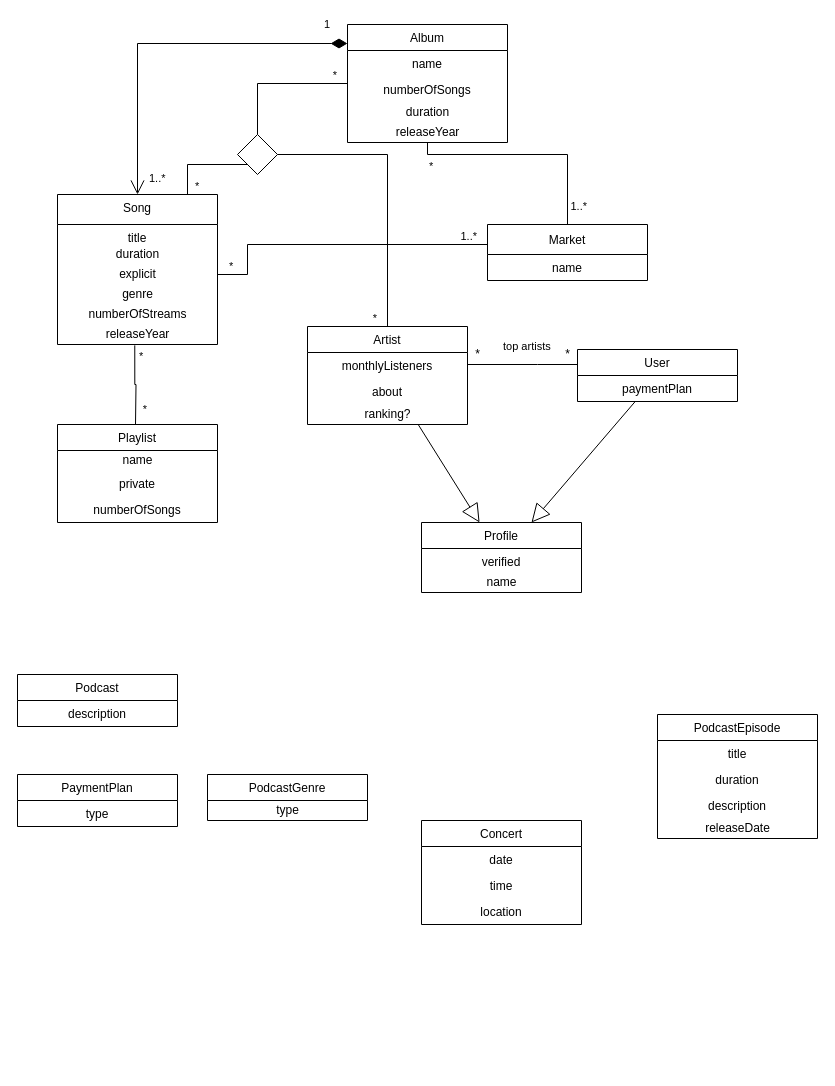
Earlier version of the draw.io diagram Spotify-class-diag.drawio (Naapperas/feup-bd). Source tidied: cells renumbered, new cells numbered last; positions are measured from the earlier drawing's top-left corner, leaving out a move shared by most shapes. Both pictures are drawn from the tidied source at 100%, with x=0, y=0 at pixel (17, 24).
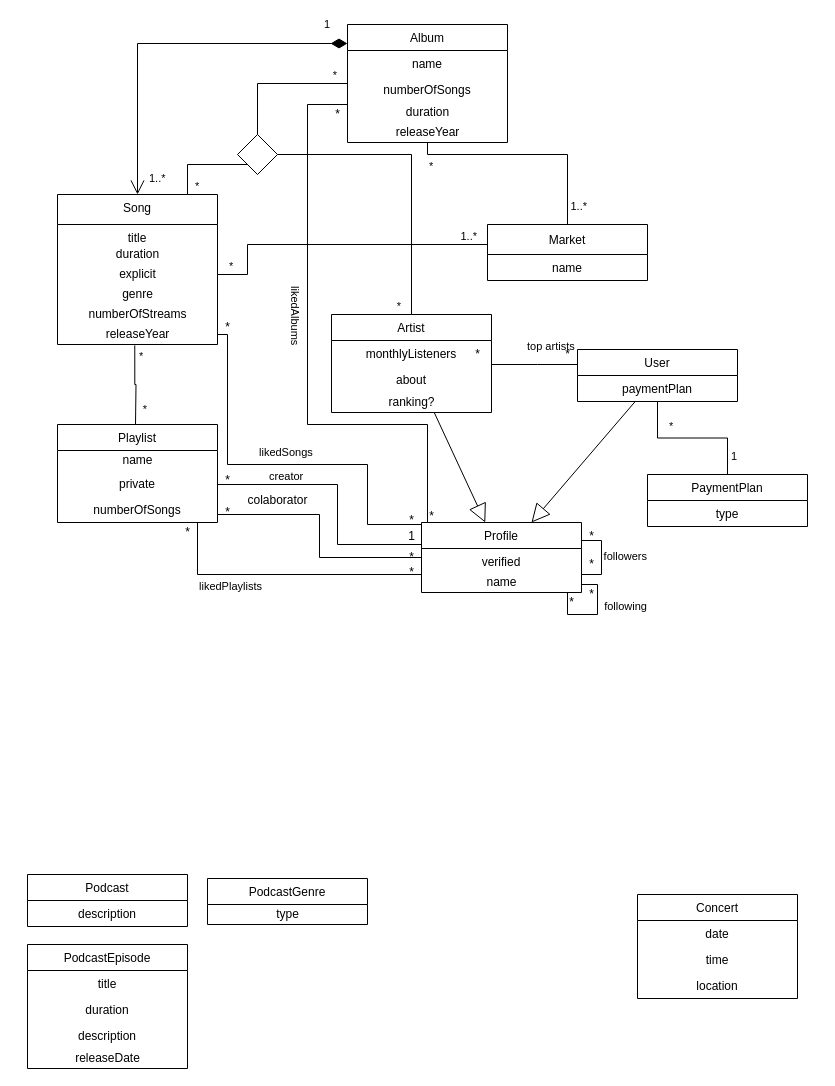
The same diagram, later.

Commit message:
Added basic associations

The change refers to these unchanged cells:
```xml
<mxCell id="2" value="Song" style="swimlane;fontStyle=0;align=center;verticalAlign=top;horizontal=1;startSize=30;rounded=0;shadow=0;strokeWidth=1;" parent="1" vertex="1">
  <mxGeometry x="40" y="170" width="160" height="150" as="geometry" />
</mxCell>
<mxCell id="11" value="Album" style="swimlane;fontStyle=0;horizontal=1;startSize=26;fillColor=none;align=center;" parent="1" vertex="1">
  <mxGeometry x="330" width="160" height="118" as="geometry" />
</mxCell>
<mxCell id="16" value="Profile" style="swimlane;fontStyle=0;horizontal=1;startSize=26;fillColor=none;align=center;" parent="1" vertex="1">
  <mxGeometry x="404" y="498" width="160" height="70" as="geometry" />
</mxCell>
<mxCell id="23" value="User" style="swimlane;fontStyle=0;horizontal=1;startSize=26;fillColor=none;align=center;" parent="1" vertex="1">
  <mxGeometry x="560" y="325" width="160" height="52" as="geometry" />
</mxCell>
<mxCell id="29" value="Playlist" style="swimlane;fontStyle=0;horizontal=1;startSize=26;fillColor=none;align=center;" parent="1" vertex="1">
  <mxGeometry x="40" y="400" width="160" height="98" as="geometry" />
</mxCell>
```

Change to the diagram source:
```diff
@@
     <mxCell id="19" value="Artist" style="swimlane;fontStyle=0;horizontal=1;startSize=26;fillColor=none;align=center;" parent="1" vertex="1">
-      <mxGeometry x="290" y="302" width="160" height="98" as="geometry" />
+      <mxGeometry x="314" y="290" width="160" height="98" as="geometry" />
     </mxCell>
@@
     <mxCell id="25" value="Concert" style="swimlane;fontStyle=0;horizontal=1;startSize=26;fillColor=none;align=center;" parent="1" vertex="1">
-      <mxGeometry x="404" y="796" width="160" height="104" as="geometry" />
+      <mxGeometry x="620" y="870" width="160" height="104" as="geometry" />
     </mxCell>
@@
     <mxCell id="33" value="Podcast" style="swimlane;fontStyle=0;horizontal=1;startSize=26;fillColor=none;align=center;" parent="1" vertex="1">
-      <mxGeometry y="650" width="160" height="52" as="geometry" />
+      <mxGeometry x="10" y="850" width="160" height="52" as="geometry" />
     </mxCell>
@@
     <mxCell id="35" value="PodcastGenre" style="swimlane;fontStyle=0;horizontal=1;startSize=26;fillColor=none;align=center;" parent="1" vertex="1">
-      <mxGeometry x="190" y="750" width="160" height="46" as="geometry" />
+      <mxGeometry x="190" y="854" width="160" height="46" as="geometry" />
     </mxCell>
@@
     <mxCell id="37" value="PaymentPlan" style="swimlane;fontStyle=0;horizontal=1;startSize=26;fillColor=none;align=center;" parent="1" vertex="1">
-      <mxGeometry y="750" width="160" height="52" as="geometry" />
+      <mxGeometry x="630" y="450" width="160" height="52" as="geometry" />
     </mxCell>
@@
     <mxCell id="39" value="PodcastEpisode" style="swimlane;fontStyle=0;horizontal=1;startSize=26;fillColor=none;align=center;" parent="1" vertex="1">
-      <mxGeometry x="640" y="690" width="160" height="124" as="geometry" />
+      <mxGeometry x="10" y="920" width="160" height="124" as="geometry" />
     </mxCell>
@@
+    <mxCell id="68" style="endArrow=none;html=1;edgeStyle=orthogonalEdgeStyle;rounded=0;align=center;" parent="1" edge="1" source="23" target="37">
+      <mxGeometry relative="1" as="geometry" />
+    </mxCell>
+    <mxCell id="69" value="*" style="edgeLabel;html=1;align=left;verticalAlign=bottom;" parent="68" vertex="1">
+      <mxGeometry x="-1" relative="1" as="geometry">
+        <mxPoint x="10" y="33" as="offset" />
+      </mxGeometry>
+    </mxCell>
+    <mxCell id="70" value="1" style="edgeLabel;html=1;align=right;verticalAlign=bottom;" parent="68" vertex="1">
+      <mxGeometry x="1" relative="1" as="geometry">
+        <mxPoint x="10" y="-10" as="offset" />
+      </mxGeometry>
+    </mxCell>
+    <mxCell id="71" style="endArrow=none;html=1;edgeStyle=orthogonalEdgeStyle;rounded=0;align=center;" parent="1" edge="1" source="16" target="16">
+      <mxGeometry relative="1" as="geometry">
+        <Array as="points">
+          <mxPoint x="584" y="550" />
+        </Array>
+      </mxGeometry>
+    </mxCell>
+    <mxCell id="72" value="followers" style="edgeLabel;html=1;align=right;verticalAlign=bottom;" parent="71" vertex="1">
+      <mxGeometry x="1" relative="1" as="geometry">
+        <mxPoint x="66" y="-10" as="offset" />
+      </mxGeometry>
+    </mxCell>
+    <mxCell id="73" style="endArrow=none;html=1;edgeStyle=orthogonalEdgeStyle;rounded=0;align=center;" parent="1" edge="1" source="16" target="16">
+      <mxGeometry relative="1" as="geometry">
+        <Array as="points">
+          <mxPoint x="580" y="560" />
+          <mxPoint x="580" y="590" />
+          <mxPoint x="550" y="590" />
+        </Array>
+      </mxGeometry>
+    </mxCell>
+    <mxCell id="74" value="following" style="edgeLabel;html=1;align=right;verticalAlign=bottom;" parent="73" vertex="1">
+      <mxGeometry x="1" relative="1" as="geometry">
+        <mxPoint x="80" y="22" as="offset" />
+      </mxGeometry>
+    </mxCell>
+    <mxCell id="75" value="*" style="text;html=1;align=center;verticalAlign=middle;strokeColor=none;fillColor=none;" parent="1" vertex="1">
+      <mxGeometry x="564" y="530" width="20" height="20" as="geometry" />
+    </mxCell>
+    <mxCell id="76" value="*" style="text;html=1;align=center;verticalAlign=middle;strokeColor=none;fillColor=none;" parent="1" vertex="1">
+      <mxGeometry x="564" y="502" width="20" height="20" as="geometry" />
+    </mxCell>
+    <mxCell id="77" value="*" style="text;html=1;align=center;verticalAlign=middle;strokeColor=none;fillColor=none;" parent="1" vertex="1">
+      <mxGeometry x="564" y="560" width="20" height="20" as="geometry" />
+    </mxCell>
+    <mxCell id="78" value="*" style="text;html=1;align=center;verticalAlign=middle;strokeColor=none;fillColor=none;" parent="1" vertex="1">
+      <mxGeometry x="544" y="568" width="20" height="20" as="geometry" />
+    </mxCell>
+    <mxCell id="79" style="endArrow=none;html=1;edgeStyle=orthogonalEdgeStyle;rounded=0;align=center;" parent="1" edge="1" source="29" target="16">
+      <mxGeometry relative="1" as="geometry">
+        <Array as="points">
+          <mxPoint x="320" y="460" />
+          <mxPoint x="320" y="520" />
+        </Array>
+      </mxGeometry>
+    </mxCell>
+    <mxCell id="80" value="creator" style="edgeLabel;html=1;align=left;verticalAlign=bottom;" parent="79" vertex="1">
+      <mxGeometry x="-1" relative="1" as="geometry">
+        <mxPoint x="50" as="offset" />
+      </mxGeometry>
+    </mxCell>
+    <mxCell id="81" style="endArrow=none;html=1;edgeStyle=orthogonalEdgeStyle;rounded=0;align=center;" parent="1" edge="1" source="29" target="16">
+      <mxGeometry relative="1" as="geometry">
+        <Array as="points">
+          <mxPoint x="302" y="490" />
+          <mxPoint x="302" y="533" />
+        </Array>
+      </mxGeometry>
+    </mxCell>
+    <mxCell id="82" style="endArrow=none;html=1;edgeStyle=orthogonalEdgeStyle;rounded=0;align=center;" parent="1" edge="1" source="29" target="16">
+      <mxGeometry relative="1" as="geometry">
+        <Array as="points">
+          <mxPoint x="180" y="550" />
+        </Array>
+      </mxGeometry>
+    </mxCell>
+    <mxCell id="83" value="likedPlaylists" style="edgeLabel;html=1;align=left;verticalAlign=bottom;" parent="82" vertex="1">
+      <mxGeometry x="-1" relative="1" as="geometry">
+        <mxPoint y="72" as="offset" />
+      </mxGeometry>
+    </mxCell>
+    <mxCell id="84" style="endArrow=none;html=1;edgeStyle=orthogonalEdgeStyle;rounded=0;align=center;" parent="1" edge="1" source="2" target="16">
+      <mxGeometry relative="1" as="geometry">
+        <Array as="points">
+          <mxPoint x="210" y="310" />
+          <mxPoint x="210" y="440" />
+          <mxPoint x="350" y="440" />
+          <mxPoint x="350" y="500" />
+        </Array>
+      </mxGeometry>
+    </mxCell>
+    <mxCell id="85" value="likedSongs" style="edgeLabel;html=1;align=left;verticalAlign=bottom;" parent="84" vertex="1">
+      <mxGeometry x="-1" relative="1" as="geometry">
+        <mxPoint x="40" y="126" as="offset" />
+      </mxGeometry>
+    </mxCell>
+    <mxCell id="86" style="endArrow=none;html=1;edgeStyle=orthogonalEdgeStyle;rounded=0;align=center;" parent="1" edge="1" source="11" target="16">
+      <mxGeometry relative="1" as="geometry">
+        <Array as="points">
+          <mxPoint x="290" y="80" />
+          <mxPoint x="290" y="400" />
+          <mxPoint x="410" y="400" />
+        </Array>
+      </mxGeometry>
+    </mxCell>
+    <mxCell id="87" value="likedAlbums" style="edgeLabel;html=1;align=left;verticalAlign=bottom;rotation=90;" parent="86" vertex="1">
+      <mxGeometry x="-1" relative="1" as="geometry">
+        <mxPoint x="-60" y="180" as="offset" />
+      </mxGeometry>
+    </mxCell>
+    <mxCell id="88" value="*" style="text;html=1;align=center;verticalAlign=middle;strokeColor=none;fillColor=none;" parent="1" vertex="1">
+      <mxGeometry x="200" y="446" width="20" height="20" as="geometry" />
+    </mxCell>
+    <mxCell id="89" value="1" style="text;html=1;align=center;verticalAlign=middle;strokeColor=none;fillColor=none;" parent="1" vertex="1">
+      <mxGeometry x="384" y="502" width="20" height="20" as="geometry" />
+    </mxCell>
+    <mxCell id="90" value="*" style="text;html=1;align=center;verticalAlign=middle;strokeColor=none;fillColor=none;" parent="1" vertex="1">
+      <mxGeometry x="200" y="478" width="20" height="20" as="geometry" />
+    </mxCell>
+    <mxCell id="91" value="*" style="text;html=1;align=center;verticalAlign=middle;strokeColor=none;fillColor=none;" parent="1" vertex="1">
+      <mxGeometry x="384" y="522.5" width="20" height="20" as="geometry" />
+    </mxCell>
+    <mxCell id="92" value="colaborator&lt;br&gt;" style="text;html=1;align=center;verticalAlign=middle;strokeColor=none;fillColor=none;" parent="1" vertex="1">
+      <mxGeometry x="220" y="466" width="80" height="20" as="geometry" />
+    </mxCell>
+    <mxCell id="93" value="*" style="text;html=1;align=center;verticalAlign=middle;strokeColor=none;fillColor=none;" parent="1" vertex="1">
+      <mxGeometry x="160" y="498" width="20" height="20" as="geometry" />
+    </mxCell>
+    <mxCell id="94" value="&lt;br&gt;*" style="text;html=1;align=center;verticalAlign=middle;strokeColor=none;fillColor=none;" parent="1" vertex="1">
+      <mxGeometry x="384" y="525" width="20" height="30" as="geometry" />
+    </mxCell>
+    <mxCell id="95" value="*" style="text;html=1;align=center;verticalAlign=middle;strokeColor=none;fillColor=none;" parent="1" vertex="1">
+      <mxGeometry x="384" y="486" width="20" height="20" as="geometry" />
+    </mxCell>
+    <mxCell id="96" value="&lt;br&gt;*" style="text;html=1;align=center;verticalAlign=middle;strokeColor=none;fillColor=none;" parent="1" vertex="1">
+      <mxGeometry x="200" y="280" width="20" height="30" as="geometry" />
+    </mxCell>
+    <mxCell id="97" value="*" style="text;html=1;align=center;verticalAlign=middle;strokeColor=none;fillColor=none;" parent="1" vertex="1">
+      <mxGeometry x="404" y="482" width="20" height="20" as="geometry" />
+    </mxCell>
+    <mxCell id="98" value="*" style="text;html=1;align=center;verticalAlign=middle;strokeColor=none;fillColor=none;" parent="1" vertex="1">
+      <mxGeometry x="310" y="80" width="20" height="20" as="geometry" />
+    </mxCell>
```
